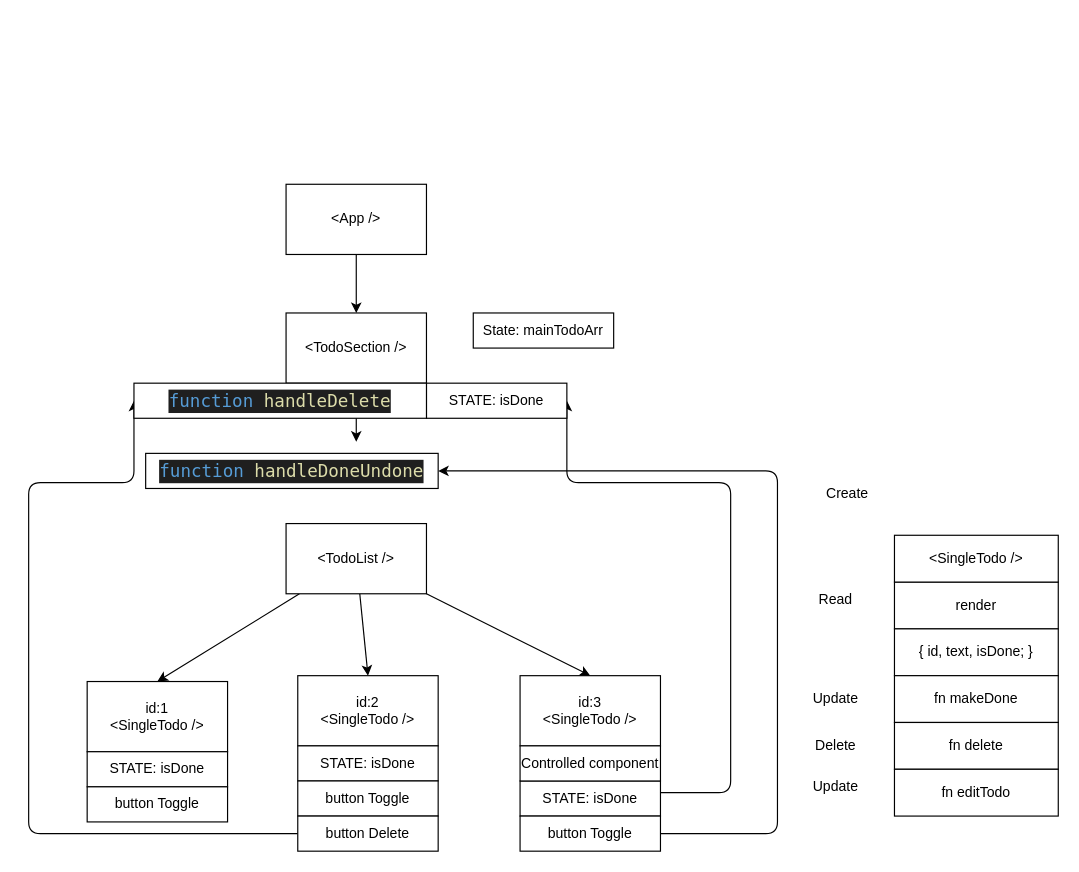
Earlier version of the draw.io diagram todo.drawio (MariusCodeAcademy/type19_06_todo_crud_app). Source tidied: cells renumbered, new cells numbered last; positions are measured from the earlier drawing's top-left corner, leaving out a move shared by most shapes. Both pictures are drawn from the tidied source at 117%, with x=0, y=0 at pixel (28, 184).
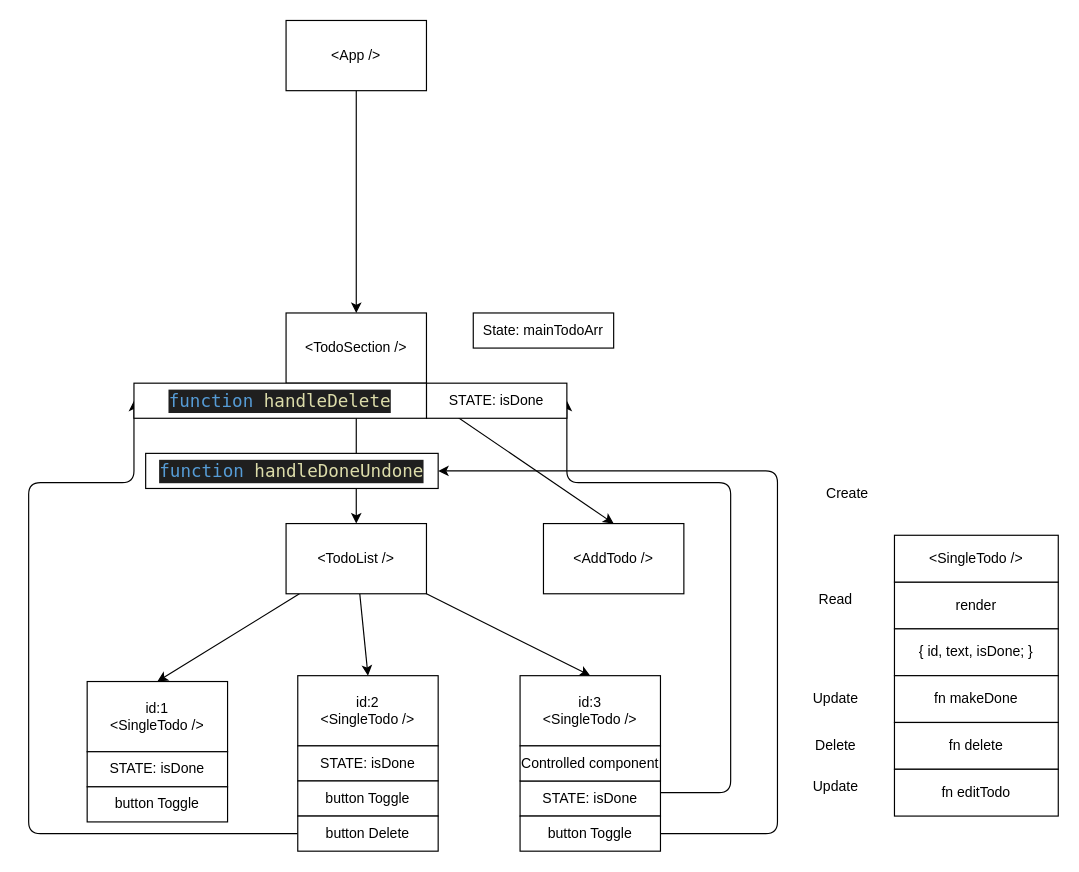
After the change.

The change refers to these unchanged cells:
```xml
<mxCell id="3" value="&amp;lt;TodoSection /&amp;gt;" style="rounded=0;whiteSpace=wrap;html=1;" parent="1" vertex="1">
  <mxGeometry x="220" y="110" width="120" height="60" as="geometry" />
</mxCell>
<mxCell id="18" value="&amp;lt;TodoList /&amp;gt;" style="rounded=0;whiteSpace=wrap;html=1;" parent="1" vertex="1">
  <mxGeometry x="220" y="290" width="120" height="60" as="geometry" />
</mxCell>
```

Diff of the diagram source:
```diff
@@
-    <mxCell id="2" style="edgeStyle=none;html=1;entryX=0.5;entryY=0;entryDx=0;entryDy=0;" parent="1" edge="1" source="3">
-      <mxGeometry relative="1" as="geometry">
-        <mxPoint x="280" y="220" as="targetPoint" />
-      </mxGeometry>
+    <mxCell id="2" style="edgeStyle=none;html=1;entryX=0.5;entryY=0;entryDx=0;entryDy=0;" parent="1" edge="1" source="3" target="18">
+      <mxGeometry relative="1" as="geometry" />
     </mxCell>
+    <mxCell id="39" style="edgeStyle=none;html=1;entryX=0.5;entryY=0;entryDx=0;entryDy=0;" parent="1" edge="1" source="3" target="40">
+      <mxGeometry relative="1" as="geometry" />
+    </mxCell>
@@
     <mxCell id="23" value="&amp;lt;App /&amp;gt;" style="rounded=0;whiteSpace=wrap;html=1;" parent="1" vertex="1">
-      <mxGeometry x="220" width="120" height="60" as="geometry" />
+      <mxGeometry x="220" y="-140" width="120" height="60" as="geometry" />
     </mxCell>
@@
+    <mxCell id="40" value="&amp;lt;AddTodo /&amp;gt;" style="rounded=0;whiteSpace=wrap;html=1;" parent="1" vertex="1">
+      <mxGeometry x="440" y="290" width="120" height="60" as="geometry" />
+    </mxCell>
```
